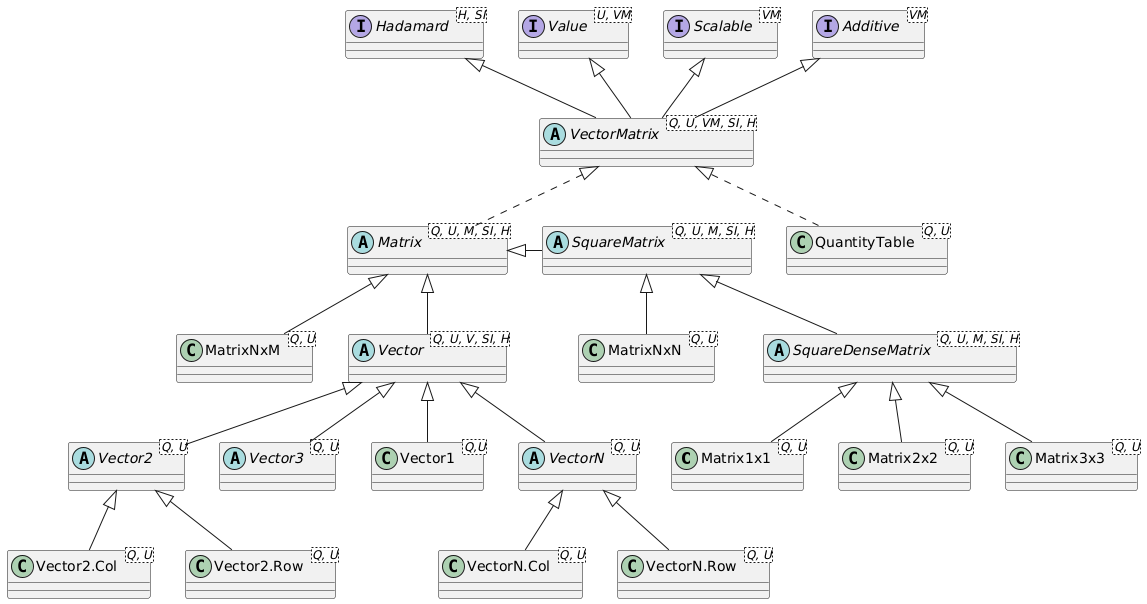
Before: docs/images/vector-matrix.png, a diagram exported from PlantUML (averbraeck/djunits).
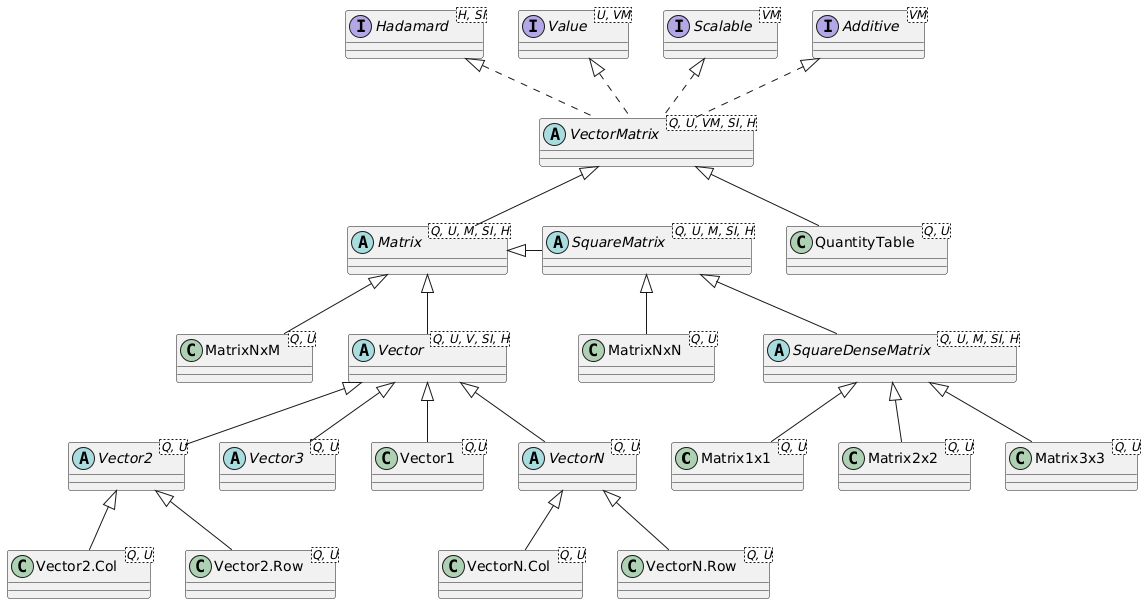
The same diagram one commit later.

What changed in the source:
```diff
@@ -25,13 +25,13 @@
 interface Scalable<VM>
 interface Additive<VM>
 
-Value <|-- VectorMatrix
-Scalable <|-- VectorMatrix
-Additive <|-- VectorMatrix
-Hadamard <|-- VectorMatrix
+Value <|.. VectorMatrix
+Scalable <|.. VectorMatrix
+Additive <|.. VectorMatrix
+Hadamard <|.. VectorMatrix
 
-VectorMatrix <|.. Matrix
-VectorMatrix <|.. QuantityTable
+VectorMatrix <|-- Matrix
+VectorMatrix <|-- QuantityTable
 
 Matrix <|-- MatrixNxM
 Matrix <|-r- SquareMatrix
```
